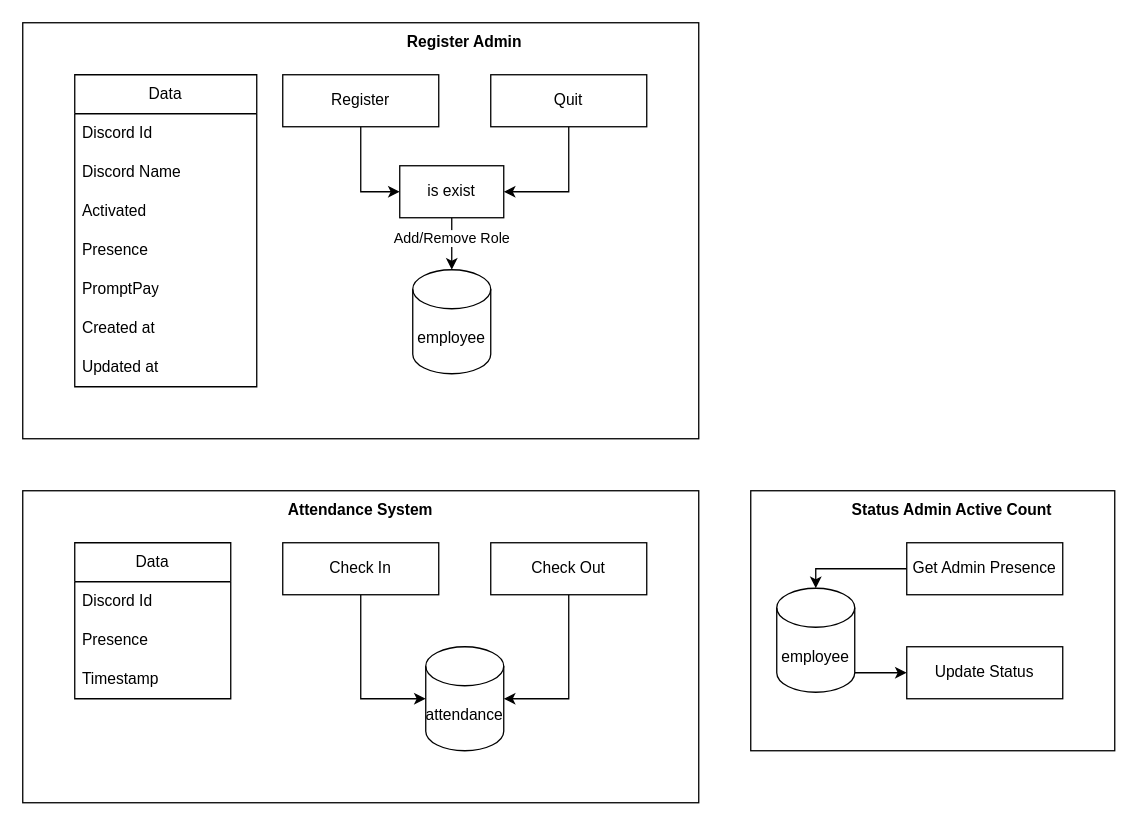
Above: rise_bot.drawio in natthaphummm/diagrams-data (draw.io), before the change. Source tidied: cells renumbered, new cells numbered last; positions are measured from the earlier drawing's top-left corner, leaving out a move shared by most shapes. Both pictures are drawn from the tidied source at 130%, with x=0, y=0 at pixel (22, 22).
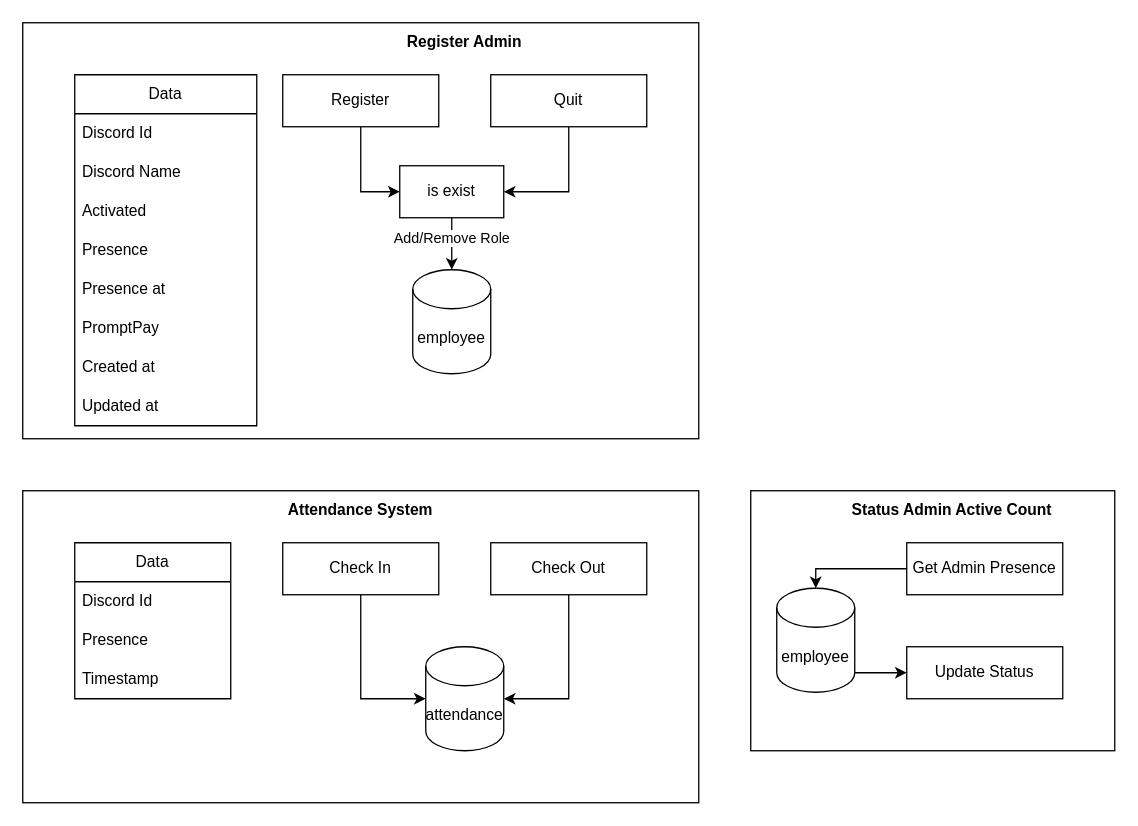
The same diagram, later.

What changed in the source:
```diff
@@
     <mxCell id="26" value="Data" style="swimlane;fontStyle=0;horizontal=1;startSize=30;whiteSpace=wrap;html=1;" parent="1" vertex="1">
-      <mxGeometry x="40" y="40" width="140" height="240" as="geometry" />
+      <mxGeometry x="40" y="40" width="140" height="270" as="geometry" />
     </mxCell>
@@
+    <mxCell id="38" value="Presence at" style="text;strokeColor=none;fillColor=none;align=left;verticalAlign=middle;spacingLeft=4;spacingRight=4;overflow=hidden;whiteSpace=wrap;html=1;" parent="26" vertex="1">
+      <mxGeometry y="150" width="140" height="30" as="geometry" />
+    </mxCell>
     <mxCell id="31" value="PromptPay" style="text;strokeColor=none;fillColor=none;align=left;verticalAlign=middle;spacingLeft=4;spacingRight=4;overflow=hidden;whiteSpace=wrap;html=1;" parent="26" vertex="1">
-      <mxGeometry y="150" width="140" height="30" as="geometry" />
+      <mxGeometry y="180" width="140" height="30" as="geometry" />
     </mxCell>
     <mxCell id="32" value="Created at" style="text;strokeColor=none;fillColor=none;align=left;verticalAlign=middle;spacingLeft=4;spacingRight=4;overflow=hidden;whiteSpace=wrap;html=1;" parent="26" vertex="1">
-      <mxGeometry y="180" width="140" height="30" as="geometry" />
+      <mxGeometry y="210" width="140" height="30" as="geometry" />
     </mxCell>
     <mxCell id="33" value="Updated at" style="text;strokeColor=none;fillColor=none;align=left;verticalAlign=middle;spacingLeft=4;spacingRight=4;overflow=hidden;whiteSpace=wrap;html=1;" parent="26" vertex="1">
-      <mxGeometry y="210" width="140" height="30" as="geometry" />
+      <mxGeometry y="240" width="140" height="30" as="geometry" />
     </mxCell>
```
